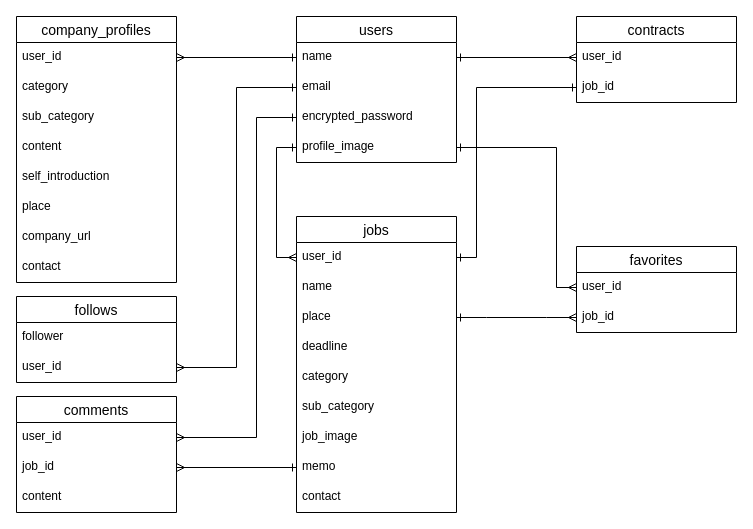
Above: factory.drawio in ikejiri-ohashi/factory (draw.io), before the change. Source tidied: cells renumbered, new cells numbered last; positions are measured from the earlier drawing's top-left corner, leaving out a move shared by most shapes. Both pictures are drawn from the tidied source at 100%, with x=0, y=0 at pixel (16, 16).
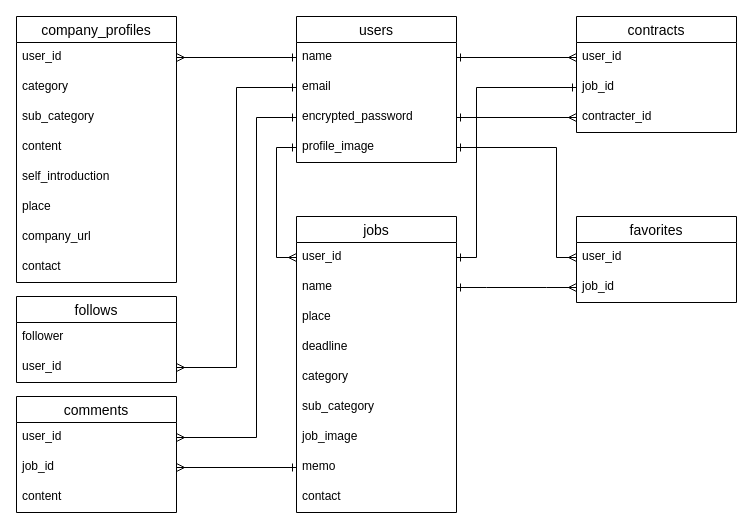
Above is the later version.

Commit message (it also covers changes not shown here):
受注済みの依頼をレコメンドしない条件分岐を追加

Unchanged cells that the change refers to:
```xml
<mxCell id="5" value="encrypted_password" style="text;strokeColor=none;fillColor=none;spacingLeft=4;spacingRight=4;overflow=hidden;points=[[0,0.5],[1,0.5]];portConstraint=eastwest;fontSize=12;" parent="2" vertex="1">
  <mxGeometry y="86" width="160" height="30" as="geometry" />
</mxCell>
<mxCell id="6" value="profile_image" style="text;strokeColor=none;fillColor=none;spacingLeft=4;spacingRight=4;overflow=hidden;points=[[0,0.5],[1,0.5]];portConstraint=eastwest;fontSize=12;" parent="2" vertex="1">
  <mxGeometry y="116" width="160" height="30" as="geometry" />
</mxCell>
<mxCell id="9" value="name" style="text;strokeColor=none;fillColor=none;spacingLeft=4;spacingRight=4;overflow=hidden;points=[[0,0.5],[1,0.5]];portConstraint=eastwest;fontSize=12;" parent="7" vertex="1">
  <mxGeometry y="56" width="160" height="30" as="geometry" />
</mxCell>
<mxCell id="10" value="place" style="text;strokeColor=none;fillColor=none;spacingLeft=4;spacingRight=4;overflow=hidden;points=[[0,0.5],[1,0.5]];portConstraint=eastwest;fontSize=12;" parent="7" vertex="1">
  <mxGeometry y="86" width="160" height="30" as="geometry" />
</mxCell>
<mxCell id="34" value="user_id" style="text;strokeColor=none;fillColor=none;spacingLeft=4;spacingRight=4;overflow=hidden;points=[[0,0.5],[1,0.5]];portConstraint=eastwest;fontSize=12;" parent="33" vertex="1">
  <mxGeometry y="26" width="160" height="30" as="geometry" />
</mxCell>
<mxCell id="35" value="job_id" style="text;strokeColor=none;fillColor=none;spacingLeft=4;spacingRight=4;overflow=hidden;points=[[0,0.5],[1,0.5]];portConstraint=eastwest;fontSize=12;" parent="33" vertex="1">
  <mxGeometry y="56" width="160" height="30" as="geometry" />
</mxCell>
```

What changed in the source:
```diff
@@
     <mxCell id="33" value="favorites" style="swimlane;fontStyle=0;horizontal=1;startSize=26;align=center;fontSize=14;" parent="1" vertex="1">
-      <mxGeometry x="560" y="230" width="160" height="86" as="geometry" />
+      <mxGeometry x="560" y="200" width="160" height="86" as="geometry" />
     </mxCell>
@@
-    <mxCell id="36" style="rounded=0;jettySize=auto;html=1;endArrow=ERmany;endFill=0;startArrow=ERone;startFill=0;exitX=1;exitY=0.5;exitDx=0;exitDy=0;entryX=0;entryY=0.5;entryDx=0;entryDy=0;edgeStyle=entityRelationEdgeStyle;" parent="1" edge="1" source="10" target="35">
+    <mxCell id="36" style="rounded=0;jettySize=auto;html=1;endArrow=ERmany;endFill=0;startArrow=ERone;startFill=0;exitX=1;exitY=0.5;exitDx=0;exitDy=0;entryX=0;entryY=0.5;entryDx=0;entryDy=0;edgeStyle=entityRelationEdgeStyle;" parent="1" edge="1" source="9" target="35">
       <mxGeometry relative="1" as="geometry" />
     </mxCell>
     <mxCell id="37" style="rounded=0;jettySize=auto;html=1;exitX=1;exitY=0.5;exitDx=0;exitDy=0;entryX=0;entryY=0.5;entryDx=0;entryDy=0;endArrow=ERmany;endFill=0;startArrow=ERone;startFill=0;" parent="1" edge="1" source="6" target="34">
       <mxGeometry relative="1" as="geometry">
         <Array as="points">
           <mxPoint x="540" y="131" />
-          <mxPoint x="540" y="271" />
+          <mxPoint x="540" y="241" />
         </Array>
       </mxGeometry>
     </mxCell>
@@
     <mxCell id="41" value="contracts" style="swimlane;fontStyle=0;horizontal=1;startSize=26;align=center;fontSize=14;" parent="1" vertex="1">
-      <mxGeometry x="560" width="160" height="86" as="geometry" />
+      <mxGeometry x="560" width="160" height="116" as="geometry" />
     </mxCell>
@@
+    <mxCell id="48" value="contracter_id" style="text;strokeColor=none;fillColor=none;spacingLeft=4;spacingRight=4;overflow=hidden;points=[[0,0.5],[1,0.5]];portConstraint=eastwest;fontSize=12;" parent="41" vertex="1">
+      <mxGeometry y="86" width="160" height="30" as="geometry" />
+    </mxCell>
@@
+    <mxCell id="49" style="rounded=0;jettySize=auto;html=1;endArrow=ERmany;endFill=0;startArrow=ERone;startFill=0;entryX=0;entryY=0.5;entryDx=0;entryDy=0;exitX=1;exitY=0.5;exitDx=0;exitDy=0;" parent="1" edge="1" source="5" target="48">
+      <mxGeometry relative="1" as="geometry" />
+    </mxCell>
```
